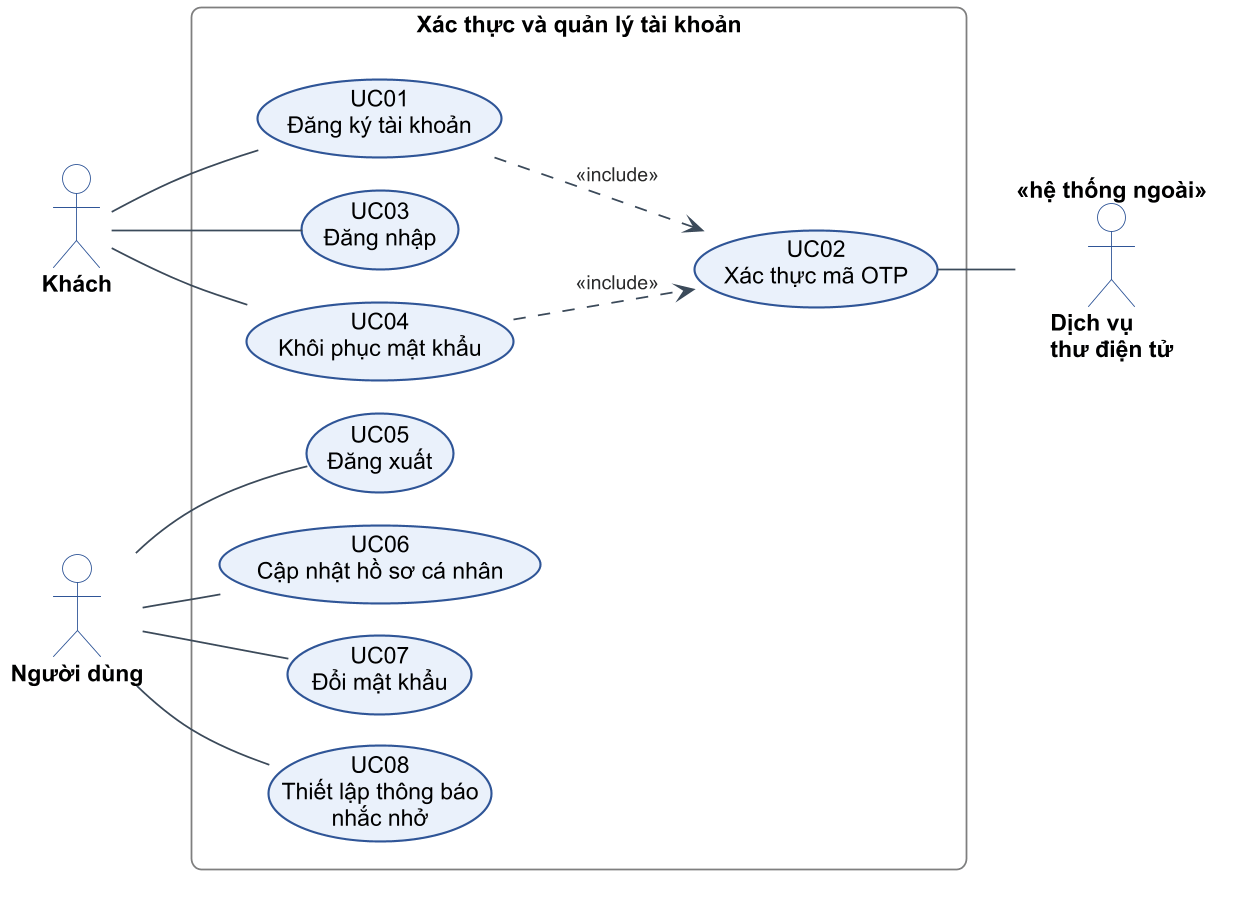
Earlier version of the PlantUML export figures/diagrams/c2-03-uc-tai-khoan.png (PhucNguyen204/report-project).
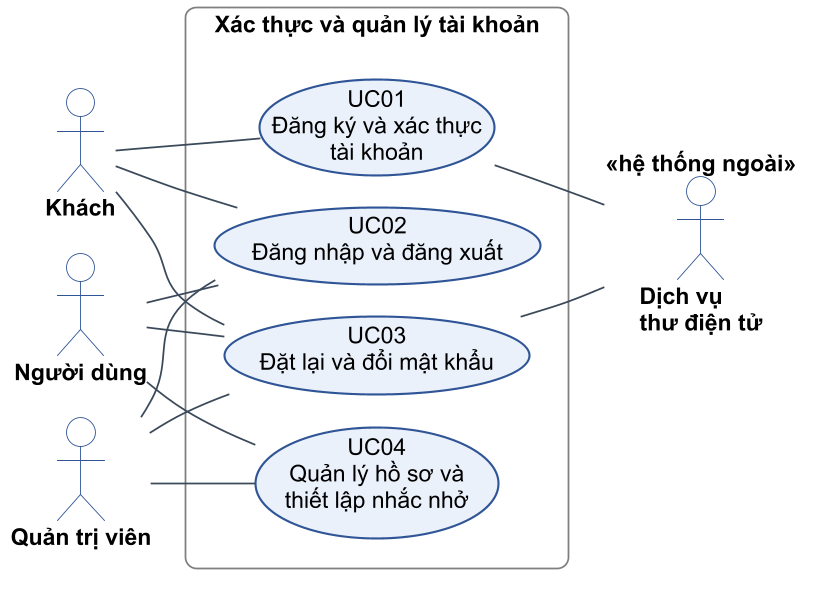
The same diagram one commit later.

What changed in the source:
```diff
@@ -4,27 +4,25 @@
 
 actor "Khách" as G
 actor "Người dùng" as U
+actor "Quản trị viên" as A
 actor "Dịch vụ\nthư điện tử" as MAIL <<hệ thống ngoài>>
 
 rectangle "Xác thực và quản lý tài khoản" as B {
-  usecase "UC01\nĐăng ký tài khoản" as UC01
-  usecase "UC03\nĐăng nhập" as UC03
-  usecase "UC04\nKhôi phục mật khẩu" as UC04
-  usecase "UC05\nĐăng xuất" as UC05
-  usecase "UC06\nCập nhật hồ sơ cá nhân" as UC06
-  usecase "UC07\nĐổi mật khẩu" as UC07
-  usecase "UC08\nThiết lập thông báo\nnhắc nhở" as UC08
-  usecase "UC02\nXác thực mã OTP" as UC02
+  usecase "UC01\nĐăng ký và xác thực\ntài khoản" as UC01
+  usecase "UC02\nĐăng nhập và đăng xuất" as UC02
+  usecase "UC03\nĐặt lại và đổi mật khẩu" as UC03
+  usecase "UC04\nQuản lý hồ sơ và\nthiết lập nhắc nhở" as UC04
 }
 
 G -- UC01
+G -- UC02
 G -- UC03
-G -- UC04
-U -- UC05
-U -- UC06
-U -- UC07
-U -- UC08
-UC01 ..> UC02 : <<include>>
-UC04 ..> UC02 : <<include>>
-UC02 -- MAIL
+U -- UC02
+U -- UC03
+U -- UC04
+A -- UC02
+A -- UC03
+A -- UC04
+UC01 -- MAIL
+UC03 -- MAIL
 @enduml
```
